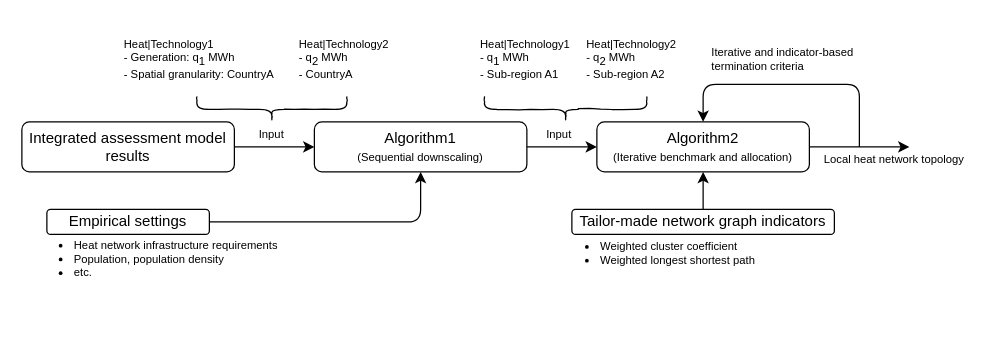
Before: Latex script/Figures/3_Methodology/Flow_diagram.drawio in sebastianzwickl/downscaling-paper, a draw.io diagram. Source tidied: cells renumbered, new cells numbered last; positions are measured from the earlier drawing's top-left corner, leaving out a move shared by most shapes. Both pictures are drawn from the tidied source at 125%, with x=0, y=0 at pixel (21, 28).
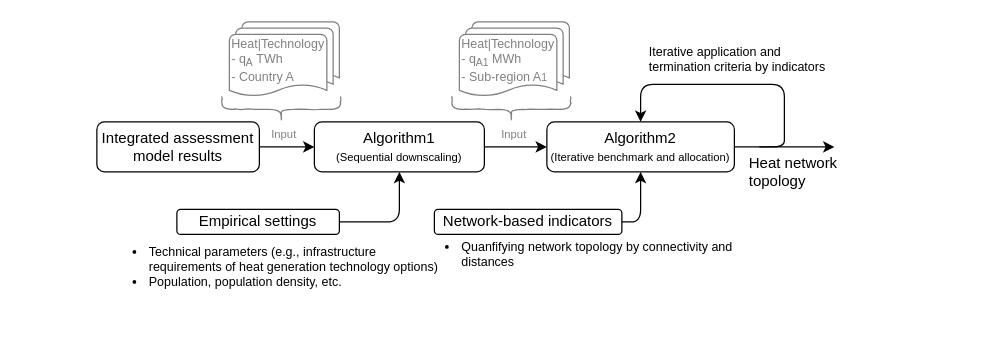
The same diagram, later.

The edit, as a diff of the source:
```diff
@@
-    <mxCell id="2" value="&lt;ul&gt;&lt;li&gt;Heat network infrastructure requirements&lt;/li&gt;&lt;li&gt;Population, population density&lt;/li&gt;&lt;li&gt;etc.&lt;/li&gt;&lt;/ul&gt;" style="text;strokeColor=none;fillColor=none;html=1;whiteSpace=wrap;verticalAlign=middle;overflow=hidden;rounded=1;shadow=0;glass=0;comic=1;fontSize=9;" parent="1" vertex="1">
-      <mxGeometry y="145" width="240" height="80" as="geometry" />
+    <mxCell id="2" value="&lt;ul style=&quot;font-size: 10px;&quot;&gt;&lt;li style=&quot;font-size: 10px;&quot;&gt;Technical parameters (e.g., infrastructure requirements of heat generation technology options)&amp;nbsp;&lt;/li&gt;&lt;li style=&quot;font-size: 10px;&quot;&gt;Population, population density, etc.&lt;/li&gt;&lt;/ul&gt;" style="text;strokeColor=none;fillColor=none;html=1;whiteSpace=wrap;verticalAlign=middle;overflow=hidden;rounded=1;shadow=0;glass=0;comic=1;fontSize=10;" parent="1" vertex="1">
+      <mxGeometry x="60" y="151" width="278.8" height="80" as="geometry" />
     </mxCell>
     <mxCell id="3" value="Integrated assessment model results" style="rounded=1;whiteSpace=wrap;html=1;fontSize=12;glass=0;strokeWidth=1;shadow=0;align=center;" parent="1" vertex="1">
-      <mxGeometry y="75" width="170" height="40" as="geometry" />
+      <mxGeometry x="60" y="75" width="130" height="40" as="geometry" />
     </mxCell>
     <mxCell id="4" value="Algorithm1&lt;br&gt;&lt;font style=&quot;font-size: 9px&quot;&gt;(Sequential downscaling)&lt;/font&gt;" style="rounded=1;whiteSpace=wrap;html=1;fontSize=12;glass=0;strokeWidth=1;shadow=0;align=center;" parent="1" vertex="1">
-      <mxGeometry x="234" y="75" width="170" height="40" as="geometry" />
+      <mxGeometry x="234" y="75" width="136" height="40" as="geometry" />
     </mxCell>
     <mxCell id="5" value="Algorithm2&lt;br&gt;&lt;font style=&quot;font-size: 9px&quot;&gt;(Iterative benchmark and allocation)&lt;/font&gt;" style="rounded=1;whiteSpace=wrap;html=1;fontSize=12;glass=0;strokeWidth=1;shadow=0;align=center;" parent="1" vertex="1">
-      <mxGeometry x="460" y="75" width="170" height="40" as="geometry" />
+      <mxGeometry x="420" y="75" width="150" height="40" as="geometry" />
     </mxCell>
@@
     <mxCell id="8" value="Empirical settings" style="rounded=1;whiteSpace=wrap;html=1;fontSize=12;glass=0;strokeWidth=1;shadow=0;align=center;strokeColor=#000000;gradientColor=none;" parent="1" vertex="1">
-      <mxGeometry x="20" y="145" width="130" height="20" as="geometry" />
+      <mxGeometry x="124" y="145" width="130" height="20" as="geometry" />
     </mxCell>
     <mxCell id="9" style="endArrow=classic;html=1;exitX=1;exitY=0.5;exitDx=0;exitDy=0;entryX=0.5;entryY=1;entryDx=0;entryDy=0;" parent="1" edge="1" source="8" target="4">
       <mxGeometry relative="1" as="geometry">
         <Array as="points">
-          <mxPoint x="319" y="155" />
+          <mxPoint x="302" y="155" />
         </Array>
       </mxGeometry>
     </mxCell>
-    <mxCell id="10" value="&lt;font style=&quot;font-size: 9px;&quot;&gt;Heat|Technology1&lt;br style=&quot;font-size: 9px;&quot;&gt;&lt;/font&gt;- Generation: q&lt;sub style=&quot;font-size: 9px;&quot;&gt;1 &lt;/sub&gt;MWh&lt;br style=&quot;font-size: 9px;&quot;&gt;- Spatial granularity: CountryA" style="text;html=1;strokeColor=none;fillColor=none;align=left;verticalAlign=middle;whiteSpace=wrap;rounded=0;shadow=0;glass=0;comic=1;fontSize=9;" parent="1" vertex="1">
-      <mxGeometry x="80" y="15" width="130" height="20" as="geometry" />
-    </mxCell>
-    <mxCell id="11" value="&lt;font style=&quot;font-size: 9px&quot;&gt;Heat|Technology2&lt;br style=&quot;font-size: 9px&quot;&gt;&lt;/font&gt;- q&lt;sub style=&quot;font-size: 9px&quot;&gt;2 &lt;/sub&gt;MWh&lt;br style=&quot;font-size: 9px&quot;&gt;- CountryA" style="text;html=1;strokeColor=none;fillColor=none;align=left;verticalAlign=middle;whiteSpace=wrap;rounded=0;shadow=0;glass=0;comic=1;fontSize=9;" parent="1" vertex="1">
-      <mxGeometry x="220" y="15" width="130" height="20" as="geometry" />
-    </mxCell>
-    <mxCell id="12" style="shape=curlyBracket;html=1;rounded=1;shadow=0;glass=0;comic=1;strokeColor=#000000;gradientColor=none;fontSize=9;rotation=-90;" parent="1" vertex="1">
-      <mxGeometry x="190" y="5" width="20" height="120" as="geometry" />
+    <mxCell id="12" style="shape=curlyBracket;html=1;rounded=1;shadow=0;glass=0;comic=1;strokeColor=#808080;gradientColor=none;fontSize=9;rotation=-90;" parent="1" vertex="1">
+      <mxGeometry x="197.5" y="17.5" width="20" height="95" as="geometry" />
     </mxCell>
-    <mxCell id="13" value="Input" style="text;html=1;strokeColor=none;fillColor=none;align=center;verticalAlign=middle;whiteSpace=wrap;rounded=0;shadow=0;glass=0;comic=1;fontSize=9;" parent="1" vertex="1">
-      <mxGeometry x="180" y="75" width="40" height="20" as="geometry" />
+    <mxCell id="13" value="Input" style="text;html=1;strokeColor=none;fillColor=none;align=center;verticalAlign=middle;whiteSpace=wrap;rounded=0;shadow=0;glass=0;comic=1;fontSize=9;fontColor=#808080;" parent="1" vertex="1">
+      <mxGeometry x="190" y="75" width="40" height="20" as="geometry" />
     </mxCell>
-    <mxCell id="14" value="Input" style="text;html=1;strokeColor=none;fillColor=none;align=center;verticalAlign=middle;whiteSpace=wrap;rounded=0;shadow=0;glass=0;comic=1;fontSize=9;" parent="1" vertex="1">
-      <mxGeometry x="410" y="75" width="40" height="20" as="geometry" />
-    </mxCell>
-    <mxCell id="15" value="&lt;font style=&quot;font-size: 9px&quot;&gt;Heat|Technology1&lt;br style=&quot;font-size: 9px&quot;&gt;&lt;/font&gt;- q&lt;sub style=&quot;font-size: 9px&quot;&gt;1 &lt;/sub&gt;MWh&lt;br style=&quot;font-size: 9px&quot;&gt;- Sub-region A1" style="text;html=1;strokeColor=none;fillColor=none;align=left;verticalAlign=middle;whiteSpace=wrap;rounded=0;shadow=0;glass=0;comic=1;fontSize=9;" parent="1" vertex="1">
-      <mxGeometry x="365" y="15" width="130" height="20" as="geometry" />
-    </mxCell>
-    <mxCell id="16" value="&lt;font style=&quot;font-size: 9px&quot;&gt;Heat|Technology2&lt;br style=&quot;font-size: 9px&quot;&gt;&lt;/font&gt;- q&lt;sub style=&quot;font-size: 9px&quot;&gt;2 &lt;/sub&gt;MWh&lt;br style=&quot;font-size: 9px&quot;&gt;- Sub-region A2" style="text;html=1;strokeColor=none;fillColor=none;align=left;verticalAlign=middle;whiteSpace=wrap;rounded=0;shadow=0;glass=0;comic=1;fontSize=9;" parent="1" vertex="1">
-      <mxGeometry x="450" y="15" width="130" height="20" as="geometry" />
-    </mxCell>
-    <mxCell id="17" style="shape=curlyBracket;html=1;rounded=1;shadow=0;glass=0;comic=1;strokeColor=#000000;gradientColor=none;fontSize=9;rotation=-90;" parent="1" vertex="1">
-      <mxGeometry x="425" width="20" height="130" as="geometry" />
-    </mxCell>
-    <mxCell id="18" value="&lt;ul&gt;&lt;li&gt;Weighted cluster coefficient&lt;/li&gt;&lt;li&gt;Weighted longest shortest path&lt;/li&gt;&lt;/ul&gt;" style="text;strokeColor=none;fillColor=none;html=1;whiteSpace=wrap;verticalAlign=middle;overflow=hidden;rounded=1;shadow=0;glass=0;comic=1;fontSize=9;" parent="1" vertex="1">
-      <mxGeometry x="421" y="150" width="240" height="60" as="geometry" />
+    <mxCell id="18" value="&lt;ul style=&quot;font-size: 10px;&quot;&gt;&lt;li style=&quot;font-size: 10px;&quot;&gt;Quanfifying network topology by connectivity and distances&lt;/li&gt;&lt;/ul&gt;" style="text;strokeColor=none;fillColor=none;html=1;whiteSpace=wrap;verticalAlign=middle;overflow=hidden;rounded=1;shadow=0;glass=0;comic=1;fontSize=10;" parent="1" vertex="1">
+      <mxGeometry x="310" y="151" width="275" height="60" as="geometry" />
     </mxCell>
-    <mxCell id="19" value="Tailor-made network graph indicators" style="rounded=1;whiteSpace=wrap;html=1;fontSize=12;glass=0;strokeWidth=1;shadow=0;align=center;strokeColor=#000000;gradientColor=none;" parent="1" vertex="1">
-      <mxGeometry x="440" y="145" width="210" height="20" as="geometry" />
+    <mxCell id="19" value="Network-based indicators" style="rounded=1;whiteSpace=wrap;html=1;fontSize=12;glass=0;strokeWidth=1;shadow=0;align=center;strokeColor=#000000;gradientColor=none;" parent="1" vertex="1">
+      <mxGeometry x="330" y="145" width="150" height="20" as="geometry" />
     </mxCell>
-    <mxCell id="20" style="endArrow=classic;html=1;fontSize=9;exitX=0.5;exitY=0;exitDx=0;exitDy=0;entryX=0.5;entryY=1;entryDx=0;entryDy=0;" parent="1" edge="1" source="19" target="5">
-      <mxGeometry relative="1" as="geometry" />
+    <mxCell id="20" style="endArrow=classic;html=1;fontSize=9;exitX=1;exitY=0.5;exitDx=0;exitDy=0;" parent="1" edge="1" source="19">
+      <mxGeometry relative="1" as="geometry">
+        <mxPoint x="495" y="115" as="targetPoint" />
+        <Array as="points">
+          <mxPoint x="495" y="155" />
+        </Array>
+      </mxGeometry>
     </mxCell>
     <mxCell id="21" style="endArrow=classic;html=1;fontSize=9;entryX=0.5;entryY=0;entryDx=0;entryDy=0;" parent="1" edge="1" target="5">
       <mxGeometry relative="1" as="geometry">
-        <mxPoint x="670" y="95" as="sourcePoint" />
+        <mxPoint x="590" y="95" as="sourcePoint" />
         <Array as="points">
-          <mxPoint x="670" y="95" />
-          <mxPoint x="670" y="85" />
-          <mxPoint x="670" y="45" />
-          <mxPoint x="545" y="45" />
+          <mxPoint x="610" y="95" />
+          <mxPoint x="610" y="85" />
+          <mxPoint x="610" y="45" />
+          <mxPoint x="495" y="45" />
         </Array>
       </mxGeometry>
     </mxCell>
     <mxCell id="22" style="endArrow=classic;html=1;fontSize=9;exitX=1;exitY=0.5;exitDx=0;exitDy=0;" parent="1" edge="1" source="5">
       <mxGeometry relative="1" as="geometry">
-        <mxPoint x="710" y="95" as="targetPoint" />
+        <mxPoint x="650" y="95" as="targetPoint" />
       </mxGeometry>
     </mxCell>
-    <mxCell id="23" value="Iterative and indicator-based termination criteria" style="text;html=1;strokeColor=none;fillColor=none;align=left;verticalAlign=middle;whiteSpace=wrap;rounded=0;shadow=0;glass=0;comic=1;fontSize=9;" parent="1" vertex="1">
-      <mxGeometry x="550" y="5" width="130" height="40" as="geometry" />
+    <mxCell id="23" value="&lt;font style=&quot;font-size: 10px&quot;&gt;Iterative application and termination criteria by indicators&lt;/font&gt;" style="text;html=1;strokeColor=none;fillColor=none;align=left;verticalAlign=middle;whiteSpace=wrap;rounded=0;shadow=0;glass=0;comic=1;fontSize=9;" parent="1" vertex="1">
+      <mxGeometry x="500" y="5" width="150" height="40" as="geometry" />
     </mxCell>
-    <mxCell id="24" value="Local heat network topology" style="text;html=1;strokeColor=none;fillColor=none;align=left;verticalAlign=middle;whiteSpace=wrap;rounded=0;shadow=0;glass=0;comic=1;fontSize=9;" parent="1" vertex="1">
-      <mxGeometry x="640" y="85" width="120" height="40" as="geometry" />
+    <mxCell id="24" value="&lt;font style=&quot;font-size: 12px&quot;&gt;Heat network topology&lt;/font&gt;" style="text;html=1;strokeColor=none;fillColor=none;align=left;verticalAlign=middle;whiteSpace=wrap;rounded=0;shadow=0;glass=0;comic=1;fontSize=9;" parent="1" vertex="1">
+      <mxGeometry x="580" y="95" width="110" height="40" as="geometry" />
     </mxCell>
+    <mxCell id="25" style="strokeWidth=1;html=1;shape=mxgraph.flowchart.multi-document;whiteSpace=wrap;strokeColor=#808080;align=left;" parent="1" vertex="1">
+      <mxGeometry x="166" y="-5" width="88" height="60" as="geometry" />
+    </mxCell>
+    <mxCell id="11" value="&lt;font style=&quot;font-size: 10px&quot;&gt;Heat|Technology&lt;br style=&quot;font-size: 10px&quot;&gt;&lt;/font&gt;- q&lt;sub&gt;A&lt;/sub&gt;&lt;sub style=&quot;font-size: 10px&quot;&gt;&amp;nbsp;&lt;/sub&gt;TWh&lt;br style=&quot;font-size: 10px&quot;&gt;- Country A" style="text;html=1;strokeColor=none;fillColor=none;align=left;verticalAlign=middle;whiteSpace=wrap;rounded=0;shadow=0;glass=0;comic=1;fontSize=10;fontColor=#808080;" parent="1" vertex="1">
+      <mxGeometry x="166" y="16" width="130" height="20" as="geometry" />
+    </mxCell>
+    <mxCell id="26" style="shape=curlyBracket;html=1;rounded=1;shadow=0;glass=0;comic=1;strokeColor=#808080;gradientColor=none;fontSize=9;rotation=-90;" parent="1" vertex="1">
+      <mxGeometry x="381.5" y="17.5" width="20" height="95" as="geometry" />
+    </mxCell>
+    <mxCell id="27" style="strokeWidth=1;html=1;shape=mxgraph.flowchart.multi-document;whiteSpace=wrap;strokeColor=#808080;align=left;" parent="1" vertex="1">
+      <mxGeometry x="350" y="-5" width="88" height="60" as="geometry" />
+    </mxCell>
+    <mxCell id="28" value="&lt;font style=&quot;font-size: 10px&quot;&gt;Heat|Technology&lt;br style=&quot;font-size: 10px&quot;&gt;&lt;/font&gt;- q&lt;sub&gt;A1&lt;/sub&gt;&lt;sub style=&quot;font-size: 10px&quot;&gt;&amp;nbsp;&lt;/sub&gt;MWh&lt;br style=&quot;font-size: 10px&quot;&gt;- Sub-region A&lt;span style=&quot;font-size: 8.33333px&quot;&gt;1&lt;/span&gt;" style="text;html=1;strokeColor=none;fillColor=none;align=left;verticalAlign=middle;whiteSpace=wrap;rounded=0;shadow=0;glass=0;comic=1;fontSize=10;fontColor=#808080;" parent="1" vertex="1">
+      <mxGeometry x="350" y="16" width="130" height="20" as="geometry" />
+    </mxCell>
+    <mxCell id="14" value="Input" style="text;html=1;strokeColor=none;fillColor=none;align=center;verticalAlign=middle;whiteSpace=wrap;rounded=0;shadow=0;glass=0;comic=1;fontSize=9;fontColor=#808080;" parent="1" vertex="1">
+      <mxGeometry x="374" y="75" width="40" height="20" as="geometry" />
+    </mxCell>
```
